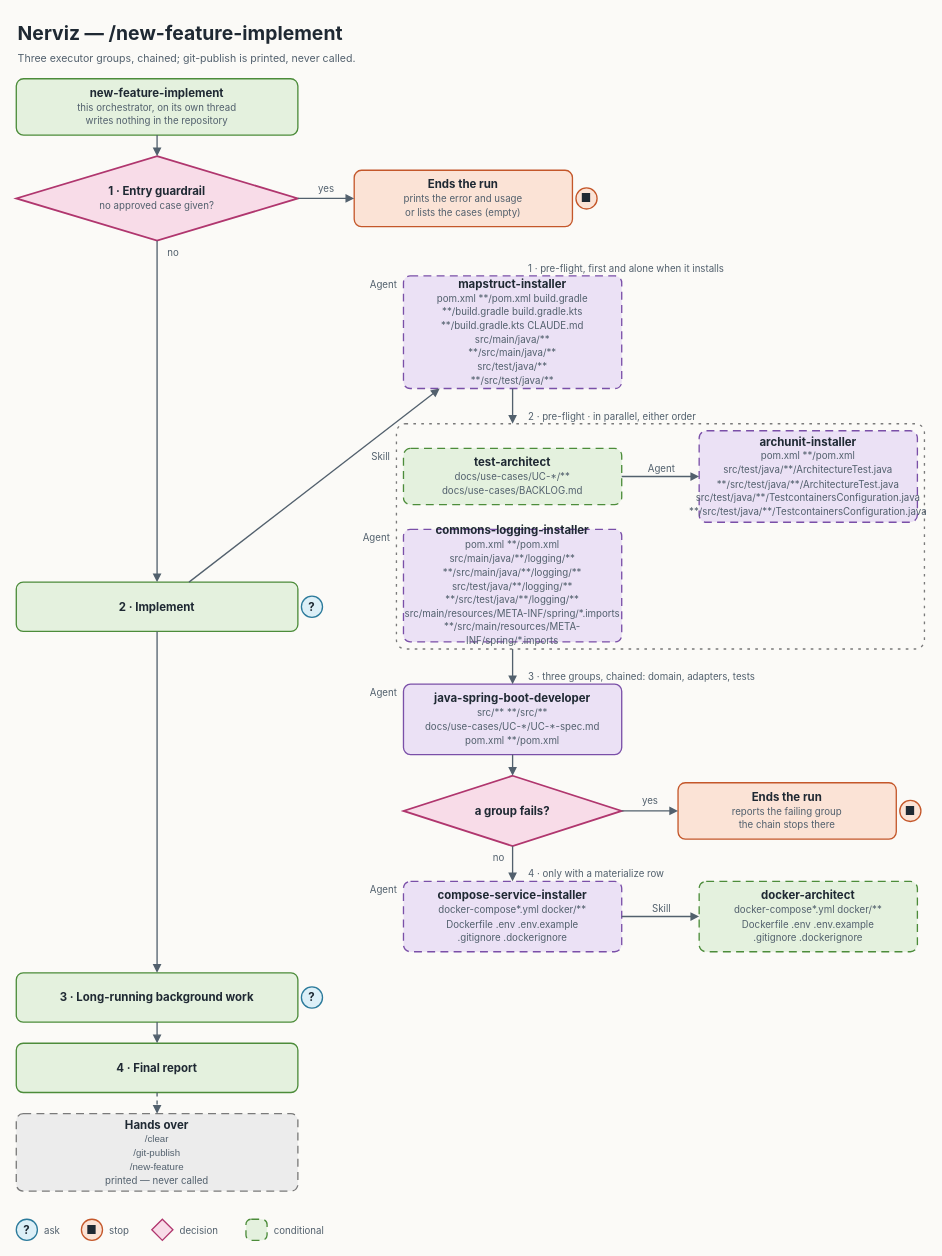
Above: docs/diagrams/new-feature-implement/new-feature-implement.drawio in nerviz-ai/nerviz (draw.io), before the change. Source tidied: cells renumbered, new cells numbered last; positions are measured from the earlier drawing's top-left corner, leaving out a move shared by most shapes. Both pictures are drawn from the tidied source at 88%, with x=0, y=0 at pixel (16, 15).
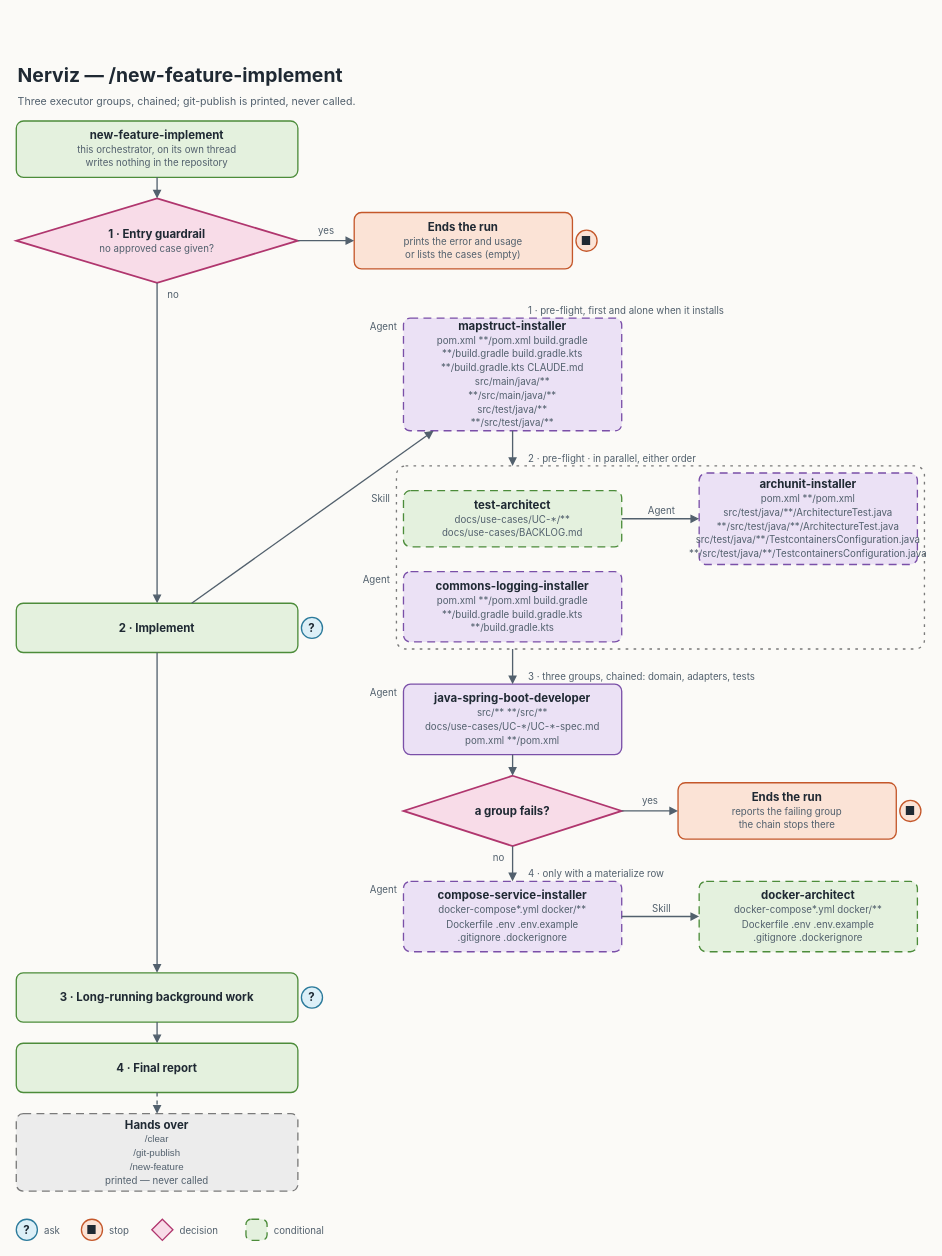
The same diagram, later.

Change to the diagram source:
```diff
@@
     <mxCell id="2" value="&lt;b&gt;Nerviz — /new-feature-implement&lt;/b&gt;&lt;br/&gt;&lt;font style=&quot;font-size:12px&quot; color=&quot;#52606D&quot;&gt;Three executor groups, chained; git-publish is printed, never called.&lt;/font&gt;" style="text;html=1;align=left;verticalAlign=top;whiteSpace=wrap;fontSize=22;fontFamily=Inter;fontColor=#1F2933;" parent="1" vertex="1">
-      <mxGeometry width="1032" height="56" as="geometry" />
+      <mxGeometry y="48" width="1032" height="56" as="geometry" />
     </mxCell>
     <mxCell id="3" value="&lt;b&gt;new-feature-implement&lt;/b&gt;&lt;br/&gt;&lt;font style=&quot;font-size:11px&quot; color=&quot;#52606D&quot;&gt;this orchestrator, on its own thread&lt;/font&gt;&lt;br/&gt;&lt;font style=&quot;font-size:11px&quot; color=&quot;#52606D&quot;&gt;writes nothing in the repository&lt;/font&gt;" style="rounded=1;arcSize=13;html=1;whiteSpace=wrap;fontSize=13;fontFamily=Inter;fontColor=#1F2933;fillColor=#E4F1DE;strokeColor=#4C8C3A;strokeWidth=1.5;" parent="1" vertex="1">
-      <mxGeometry y="72" width="320" height="64" as="geometry" />
+      <mxGeometry y="120" width="320" height="64" as="geometry" />
     </mxCell>
     <mxCell id="4" value="&lt;b&gt;1 · Entry guardrail&lt;/b&gt;&lt;br/&gt;&lt;font style=&quot;font-size:11px&quot; color=&quot;#52606D&quot;&gt;no approved case given?&lt;/font&gt;" style="rhombus;html=1;whiteSpace=wrap;fontSize=13;fontFamily=Inter;fontColor=#1F2933;fillColor=#F8DCE8;strokeColor=#B0366E;strokeWidth=2;" parent="1" vertex="1">
-      <mxGeometry y="160" width="320" height="96" as="geometry" />
+      <mxGeometry y="208" width="320" height="96" as="geometry" />
     </mxCell>
     <mxCell id="5" value="&lt;b&gt;Ends the run&lt;/b&gt;&lt;br/&gt;&lt;font style=&quot;font-size:11px&quot; color=&quot;#52606D&quot;&gt;prints the error and usage&lt;/font&gt;&lt;br/&gt;&lt;font style=&quot;font-size:11px&quot; color=&quot;#52606D&quot;&gt;or lists the cases (empty)&lt;/font&gt;" style="rounded=1;arcSize=13;html=1;whiteSpace=wrap;fontSize=13;fontFamily=Inter;fontColor=#1F2933;fillColor=#FBE3D6;strokeColor=#C4572A;strokeWidth=1.5;" parent="1" vertex="1">
-      <mxGeometry x="384" y="176" width="248" height="64" as="geometry" />
+      <mxGeometry x="384" y="224" width="248" height="64" as="geometry" />
     </mxCell>
     <mxCell id="6" value="&lt;b&gt;■&lt;/b&gt;" style="rounded=1;arcSize=50;html=1;whiteSpace=wrap;fontSize=13;fontFamily=Inter;fontColor=#1F2933;fillColor=#FBE3D6;strokeColor=#C4572A;strokeWidth=1.5;" parent="1" vertex="1">
-      <mxGeometry x="636" y="196" width="24" height="24" as="geometry" />
+      <mxGeometry x="636" y="244" width="24" height="24" as="geometry" />
     </mxCell>
     <mxCell id="7" value="&lt;b&gt;2 · Implement&lt;/b&gt;" style="rounded=1;arcSize=14;html=1;whiteSpace=wrap;fontSize=13;fontFamily=Inter;fontColor=#1F2933;fillColor=#E4F1DE;strokeColor=#4C8C3A;strokeWidth=1.5;" parent="1" vertex="1">
-      <mxGeometry y="644" width="320" height="56" as="geometry" />
+      <mxGeometry y="668" width="320" height="56" as="geometry" />
     </mxCell>
     <mxCell id="8" value="&lt;b&gt;mapstruct-installer&lt;/b&gt;&lt;br/&gt;&lt;font style=&quot;font-size:11px&quot; color=&quot;#52606D&quot;&gt;pom.xml **/pom.xml build.gradle&lt;/font&gt;&lt;br/&gt;&lt;font style=&quot;font-size:11px&quot; color=&quot;#52606D&quot;&gt;**/build.gradle build.gradle.kts&lt;/font&gt;&lt;br/&gt;&lt;font style=&quot;font-size:11px&quot; color=&quot;#52606D&quot;&gt;**/build.gradle.kts CLAUDE.md&lt;/font&gt;&lt;br/&gt;&lt;font style=&quot;font-size:11px&quot; color=&quot;#52606D&quot;&gt;src/main/java/**&lt;/font&gt;&lt;br/&gt;&lt;font style=&quot;font-size:11px&quot; color=&quot;#52606D&quot;&gt;**/src/main/java/**&lt;/font&gt;&lt;br/&gt;&lt;font style=&quot;font-size:11px&quot; color=&quot;#52606D&quot;&gt;src/test/java/**&lt;/font&gt;&lt;br/&gt;&lt;font style=&quot;font-size:11px&quot; color=&quot;#52606D&quot;&gt;**/src/test/java/**&lt;/font&gt;" style="rounded=1;arcSize=6;html=1;whiteSpace=wrap;fontSize=13;fontFamily=Inter;fontColor=#1F2933;fillColor=#EBE1F5;strokeColor=#7A4FA8;strokeWidth=1.5;dashed=1;dashPattern=6 4;" parent="1" vertex="1">
-      <mxGeometry x="440" y="296" width="248" height="128" as="geometry" />
+      <mxGeometry x="440" y="344" width="248" height="128" as="geometry" />
     </mxCell>
-    <mxCell id="9" style="rounded=1;arcSize=4;html=1;fillColor=none;strokeColor=#7A7A7A;strokeWidth=1.5;dashed=1;dashPattern=2 4;" parent="1" vertex="1">
-      <mxGeometry x="432" y="464" width="600" height="256" as="geometry" />
+    <mxCell id="9" style="rounded=1;arcSize=5;html=1;fillColor=none;strokeColor=#7A7A7A;strokeWidth=1.5;dashed=1;dashPattern=2 4;" parent="1" vertex="1">
+      <mxGeometry x="432" y="512" width="600" height="208" as="geometry" />
     </mxCell>
     <mxCell id="10" value="&lt;b&gt;test-architect&lt;/b&gt;&lt;br/&gt;&lt;font style=&quot;font-size:11px&quot; color=&quot;#52606D&quot;&gt;docs/use-cases/UC-*/**&lt;/font&gt;&lt;br/&gt;&lt;font style=&quot;font-size:11px&quot; color=&quot;#52606D&quot;&gt;docs/use-cases/BACKLOG.md&lt;/font&gt;" style="rounded=1;arcSize=13;html=1;whiteSpace=wrap;fontSize=13;fontFamily=Inter;fontColor=#1F2933;fillColor=#E4F1DE;strokeColor=#4C8C3A;strokeWidth=1.5;dashed=1;dashPattern=6 4;" parent="1" vertex="1">
-      <mxGeometry x="440" y="492" width="248" height="64" as="geometry" />
+      <mxGeometry x="440" y="540" width="248" height="64" as="geometry" />
     </mxCell>
     <mxCell id="11" value="&lt;b&gt;archunit-installer&lt;/b&gt;&lt;br/&gt;&lt;font style=&quot;font-size:11px&quot; color=&quot;#52606D&quot;&gt;pom.xml **/pom.xml&lt;/font&gt;&lt;br/&gt;&lt;font style=&quot;font-size:11px&quot; color=&quot;#52606D&quot;&gt;src/test/java/**/ArchitectureTest.java&lt;/font&gt;&lt;br/&gt;&lt;font style=&quot;font-size:11px&quot; color=&quot;#52606D&quot;&gt;**/src/test/java/**/ArchitectureTest.java&lt;/font&gt;&lt;br/&gt;&lt;font style=&quot;font-size:11px&quot; color=&quot;#52606D&quot;&gt;src/test/java/**/TestcontainersConfiguration.java&lt;/font&gt;&lt;br/&gt;&lt;font style=&quot;font-size:11px&quot; color=&quot;#52606D&quot;&gt;**/src/test/java/**/TestcontainersConfiguration.java&lt;/font&gt;" style="rounded=1;arcSize=8;html=1;whiteSpace=wrap;fontSize=13;fontFamily=Inter;fontColor=#1F2933;fillColor=#EBE1F5;strokeColor=#7A4FA8;strokeWidth=1.5;dashed=1;dashPattern=6 4;" parent="1" vertex="1">
-      <mxGeometry x="776" y="472" width="248" height="104" as="geometry" />
+      <mxGeometry x="776" y="520" width="248" height="104" as="geometry" />
     </mxCell>
-    <mxCell id="12" value="&lt;b&gt;commons-logging-installer&lt;/b&gt;&lt;br/&gt;&lt;font style=&quot;font-size:11px&quot; color=&quot;#52606D&quot;&gt;pom.xml **/pom.xml&lt;/font&gt;&lt;br/&gt;&lt;font style=&quot;font-size:11px&quot; color=&quot;#52606D&quot;&gt;src/main/java/**/logging/**&lt;/font&gt;&lt;br/&gt;&lt;font style=&quot;font-size:11px&quot; color=&quot;#52606D&quot;&gt;**/src/main/java/**/logging/**&lt;/font&gt;&lt;br/&gt;&lt;font style=&quot;font-size:11px&quot; color=&quot;#52606D&quot;&gt;src/test/java/**/logging/**&lt;/font&gt;&lt;br/&gt;&lt;font style=&quot;font-size:11px&quot; color=&quot;#52606D&quot;&gt;**/src/test/java/**/logging/**&lt;/font&gt;&lt;br/&gt;&lt;font style=&quot;font-size:11px&quot; color=&quot;#52606D&quot;&gt;src/main/resources/META-INF/spring/*.imports&lt;/font&gt;&lt;br/&gt;&lt;font style=&quot;font-size:11px&quot; color=&quot;#52606D&quot;&gt;**/src/main/resources/META-INF/spring/*.imports&lt;/font&gt;" style="rounded=1;arcSize=6;html=1;whiteSpace=wrap;fontSize=13;fontFamily=Inter;fontColor=#1F2933;fillColor=#EBE1F5;strokeColor=#7A4FA8;strokeWidth=1.5;dashed=1;dashPattern=6 4;" parent="1" vertex="1">
-      <mxGeometry x="440" y="584" width="248" height="128" as="geometry" />
+    <mxCell id="12" value="&lt;b&gt;commons-logging-installer&lt;/b&gt;&lt;br/&gt;&lt;font style=&quot;font-size:11px&quot; color=&quot;#52606D&quot;&gt;pom.xml **/pom.xml build.gradle&lt;/font&gt;&lt;br/&gt;&lt;font style=&quot;font-size:11px&quot; color=&quot;#52606D&quot;&gt;**/build.gradle build.gradle.kts&lt;/font&gt;&lt;br/&gt;&lt;font style=&quot;font-size:11px&quot; color=&quot;#52606D&quot;&gt;**/build.gradle.kts&lt;/font&gt;" style="rounded=1;arcSize=10;html=1;whiteSpace=wrap;fontSize=13;fontFamily=Inter;fontColor=#1F2933;fillColor=#EBE1F5;strokeColor=#7A4FA8;strokeWidth=1.5;dashed=1;dashPattern=6 4;" parent="1" vertex="1">
+      <mxGeometry x="440" y="632" width="248" height="80" as="geometry" />
     </mxCell>
@@
     <mxCell id="19" value="&lt;b&gt;?&lt;/b&gt;" style="rounded=1;arcSize=50;html=1;whiteSpace=wrap;fontSize=13;fontFamily=Inter;fontColor=#1F2933;fillColor=#DCEFF7;strokeColor=#2B7A9B;strokeWidth=1.5;" parent="1" vertex="1">
-      <mxGeometry x="324" y="660" width="24" height="24" as="geometry" />
+      <mxGeometry x="324" y="684" width="24" height="24" as="geometry" />
     </mxCell>
@@
     <mxCell id="31" style="edgeStyle=none;html=1;endArrow=block;endFill=1;strokeColor=#52606D;strokeWidth=1.5;" parent="1" edge="1">
       <mxGeometry relative="1" as="geometry">
-        <mxPoint x="564" y="424" as="sourcePoint" />
-        <mxPoint x="564" y="464" as="targetPoint" />
+        <mxPoint x="564" y="472" as="sourcePoint" />
+        <mxPoint x="564" y="512" as="targetPoint" />
       </mxGeometry>
     </mxCell>
@@
     <mxCell id="42" value="yes" style="text;html=1;align=center;verticalAlign=middle;whiteSpace=nowrap;fontSize=11;fontFamily=Inter;fontColor=#52606D;" parent="1" vertex="1">
-      <mxGeometry x="342" y="189" width="20" height="15" as="geometry" />
+      <mxGeometry x="342" y="237" width="20" height="15" as="geometry" />
     </mxCell>
     <mxCell id="43" value="Agent" style="text;html=1;align=right;verticalAlign=middle;whiteSpace=nowrap;fontSize=11;fontFamily=Inter;fontColor=#52606D;" parent="1" vertex="1">
-      <mxGeometry x="401" y="298" width="33" height="15" as="geometry" />
+      <mxGeometry x="401" y="346" width="33" height="15" as="geometry" />
     </mxCell>
     <mxCell id="44" value="1 · pre-flight, first and alone when it installs" style="text;html=1;align=left;verticalAlign=middle;whiteSpace=nowrap;fontSize=11;fontFamily=Inter;fontColor=#52606D;" parent="1" vertex="1">
-      <mxGeometry x="580" y="280" width="317" height="15" as="geometry" />
+      <mxGeometry x="580" y="328" width="317" height="15" as="geometry" />
     </mxCell>
     <mxCell id="45" value="Agent" style="text;html=1;align=center;verticalAlign=middle;whiteSpace=nowrap;fontSize=11;fontFamily=Inter;fontColor=#52606D;" parent="1" vertex="1">
-      <mxGeometry x="716" y="507" width="33" height="15" as="geometry" />
+      <mxGeometry x="716" y="555" width="33" height="15" as="geometry" />
     </mxCell>
     <mxCell id="46" value="Skill" style="text;html=1;align=right;verticalAlign=middle;whiteSpace=nowrap;fontSize=11;fontFamily=Inter;fontColor=#52606D;" parent="1" vertex="1">
-      <mxGeometry x="393" y="494" width="33" height="15" as="geometry" />
+      <mxGeometry x="393" y="542" width="33" height="15" as="geometry" />
     </mxCell>
     <mxCell id="47" value="Agent" style="text;html=1;align=right;verticalAlign=middle;whiteSpace=nowrap;fontSize=11;fontFamily=Inter;fontColor=#52606D;" parent="1" vertex="1">
-      <mxGeometry x="393" y="586" width="33" height="15" as="geometry" />
+      <mxGeometry x="393" y="634" width="33" height="15" as="geometry" />
     </mxCell>
     <mxCell id="48" value="2 · pre-flight · in parallel, either order" style="text;html=1;align=left;verticalAlign=middle;whiteSpace=nowrap;fontSize=11;fontFamily=Inter;fontColor=#52606D;" parent="1" vertex="1">
-      <mxGeometry x="580" y="448" width="277" height="15" as="geometry" />
+      <mxGeometry x="580" y="496" width="277" height="15" as="geometry" />
     </mxCell>
@@
     <mxCell id="56" value="no" style="text;html=1;align=left;verticalAlign=middle;whiteSpace=nowrap;fontSize=11;fontFamily=Inter;fontColor=#52606D;" parent="1" vertex="1">
-      <mxGeometry x="170" y="262" width="13" height="15" as="geometry" />
+      <mxGeometry x="170" y="310" width="13" height="15" as="geometry" />
     </mxCell>
```
